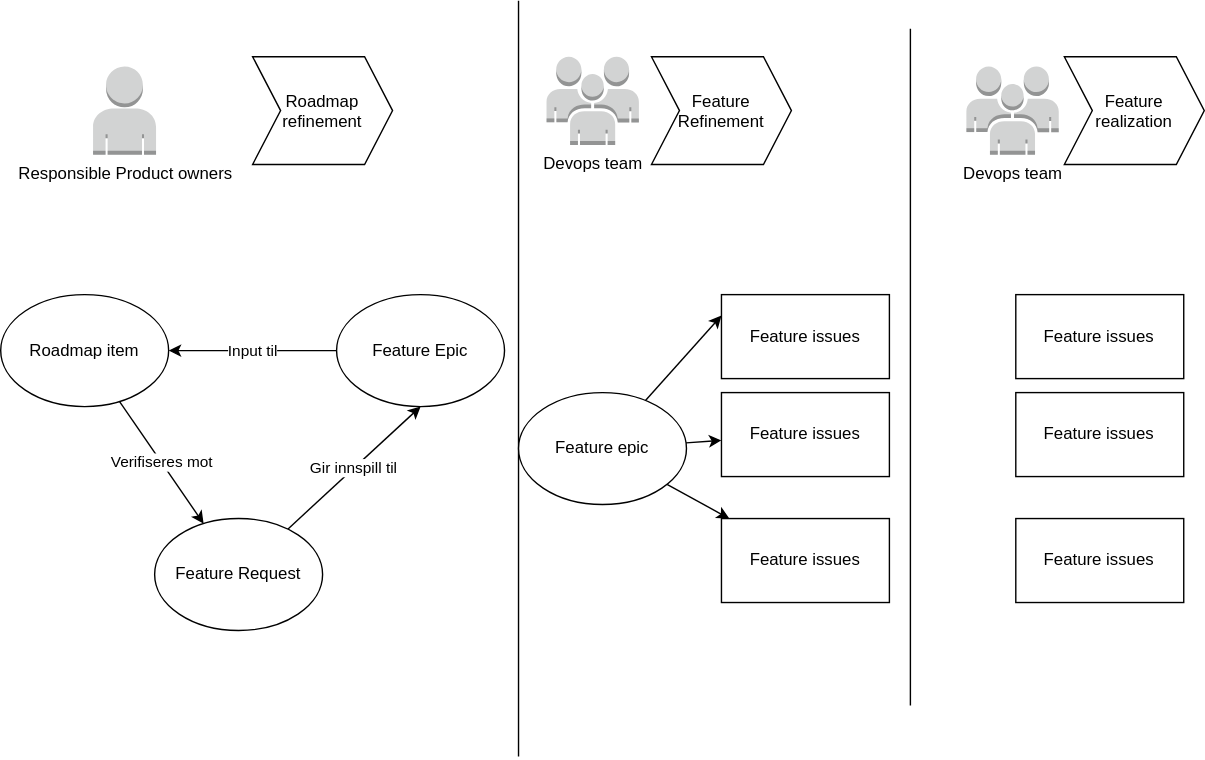
Altinn/altinn-studio-docs keeps this draw.io diagram as content/community/devops/roadmapprocess/roadmapprocess.drawio.svg. Above is the earlier version. Source tidied: cells renumbered, new cells last; positions are measured from the earlier drawing's top-left corner, leaving out a move shared by most shapes.
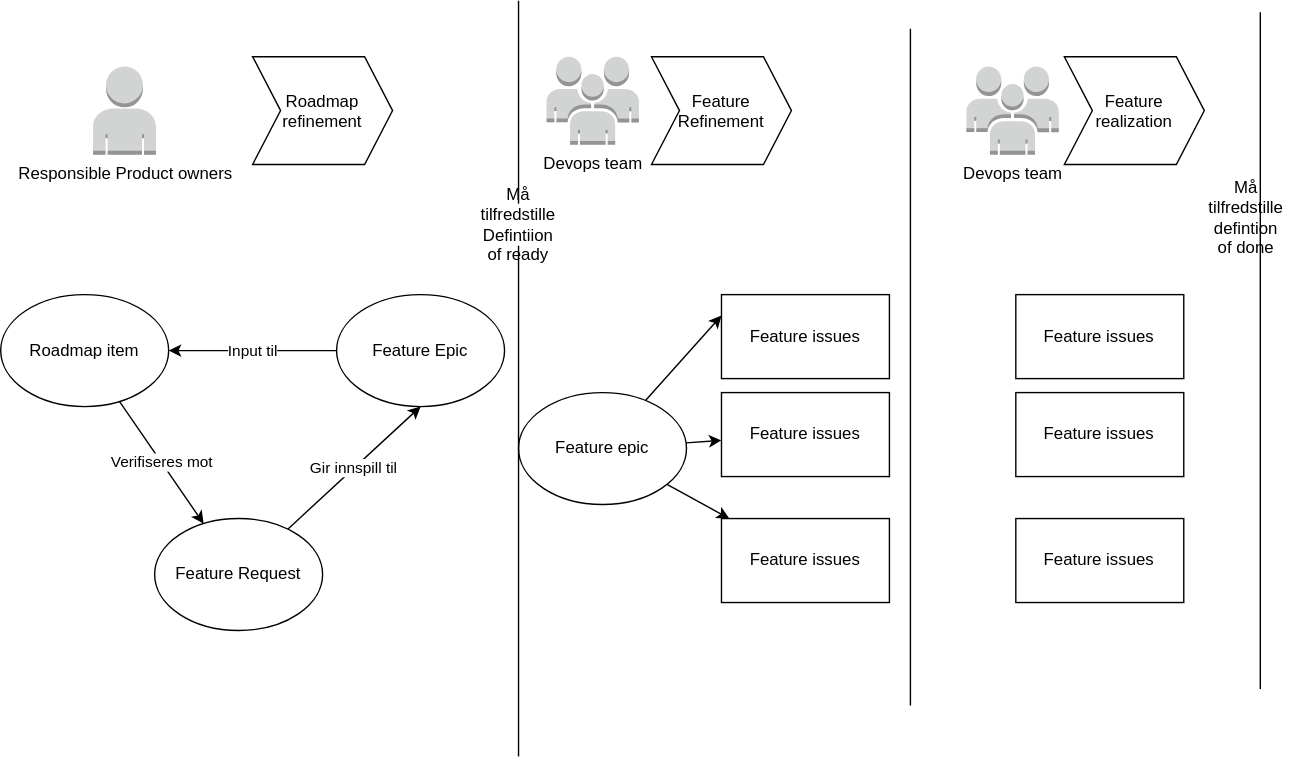
After the change.

Change to the diagram source:
```diff
@@ -2,9 +2,8 @@
   <root>
     <mxCell id="0" />
     <mxCell id="1" parent="0" />
-    <mxCell id="2" style="endArrow=none;html=1;" parent="1" edge="1">
+    <mxCell id="2" style="endArrow=none;html=1;startArrow=none;" parent="1" edge="1" source="26">
       <mxGeometry relative="1" as="geometry">
-        <mxPoint x="370" y="540" as="sourcePoint" />
         <mxPoint x="370" as="targetPoint" />
       </mxGeometry>
     </mxCell>
@@ -84,5 +83,22 @@
     <mxCell id="25" value="Feature issues" style="rounded=0;whiteSpace=wrap;html=1;" parent="1" vertex="1">
       <mxGeometry x="725.3" y="280" width="120" height="60" as="geometry" />
     </mxCell>
+    <mxCell id="26" value="Må tilfredstille Defintiion of ready" style="text;html=1;strokeColor=none;fillColor=none;align=center;verticalAlign=middle;whiteSpace=wrap;rounded=0;" parent="1" vertex="1">
+      <mxGeometry x="340" y="145" width="60" height="30" as="geometry" />
+    </mxCell>
+    <mxCell id="27" style="endArrow=none;html=1;" parent="1" edge="1" target="26">
+      <mxGeometry relative="1" as="geometry">
+        <mxPoint x="370" y="540" as="sourcePoint" />
+      </mxGeometry>
+    </mxCell>
+    <mxCell id="28" style="endArrow=none;html=1;" parent="1" edge="1">
+      <mxGeometry relative="1" as="geometry">
+        <mxPoint x="900" y="491.8" as="sourcePoint" />
+        <mxPoint x="900" y="8.2" as="targetPoint" />
+      </mxGeometry>
+    </mxCell>
+    <mxCell id="29" value="Må tilfredstille defintion of done" style="text;html=1;strokeColor=none;fillColor=none;align=center;verticalAlign=middle;whiteSpace=wrap;rounded=0;" parent="1" vertex="1">
+      <mxGeometry x="860" y="140" width="60" height="30" as="geometry" />
+    </mxCell>
   </root>
 </mxGraphModel>
```
